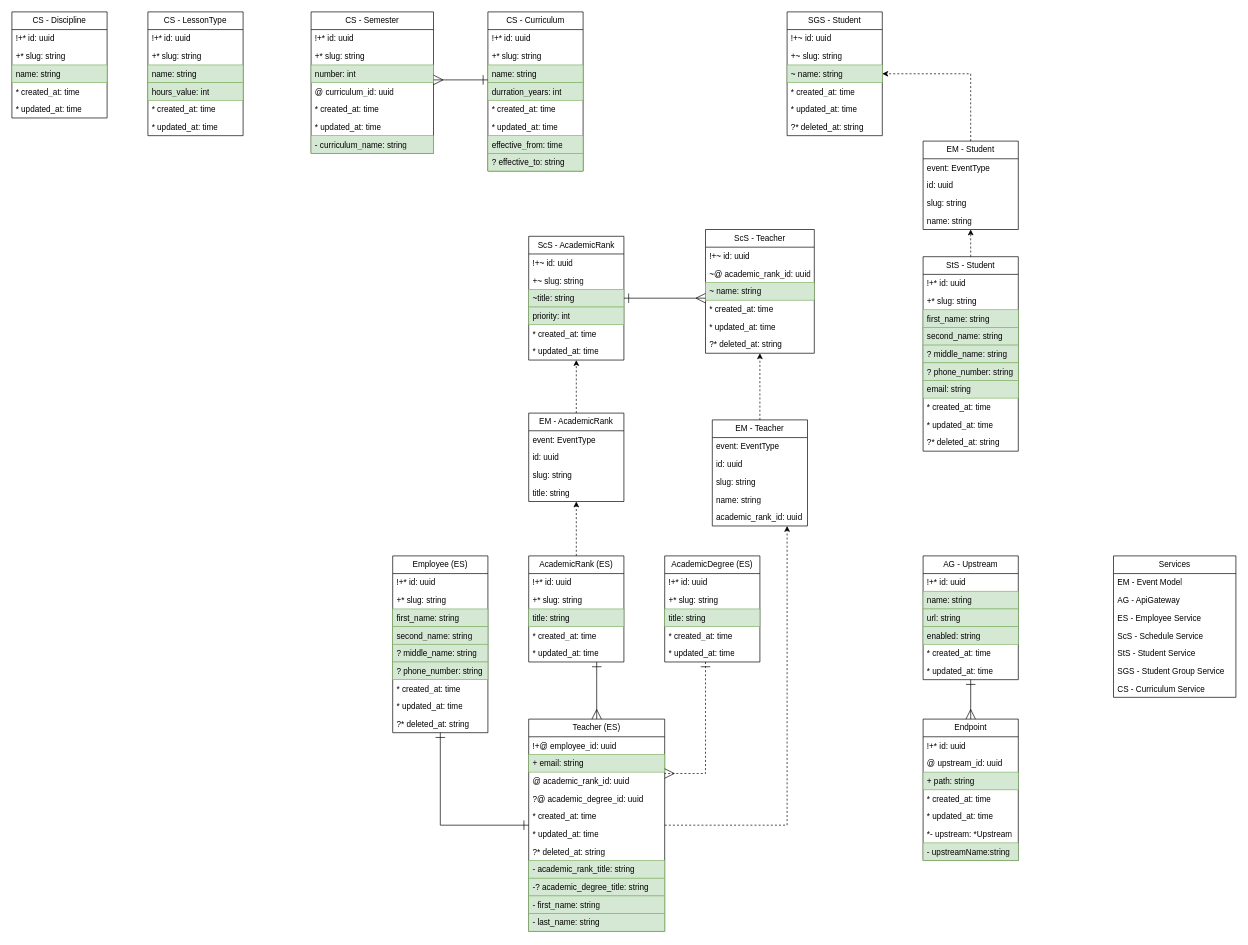
Before: page "General" (2 of 8) of docs/entity_relationship.drawio in IrusHunter/duckademic, a draw.io diagram. Source tidied: cells renumbered, new cells numbered last; positions are measured from the earlier drawing's top-left corner, leaving out a move shared by most shapes. Both pictures are drawn from the tidied source at 68%, with x=0, y=0 at pixel (12, 12).
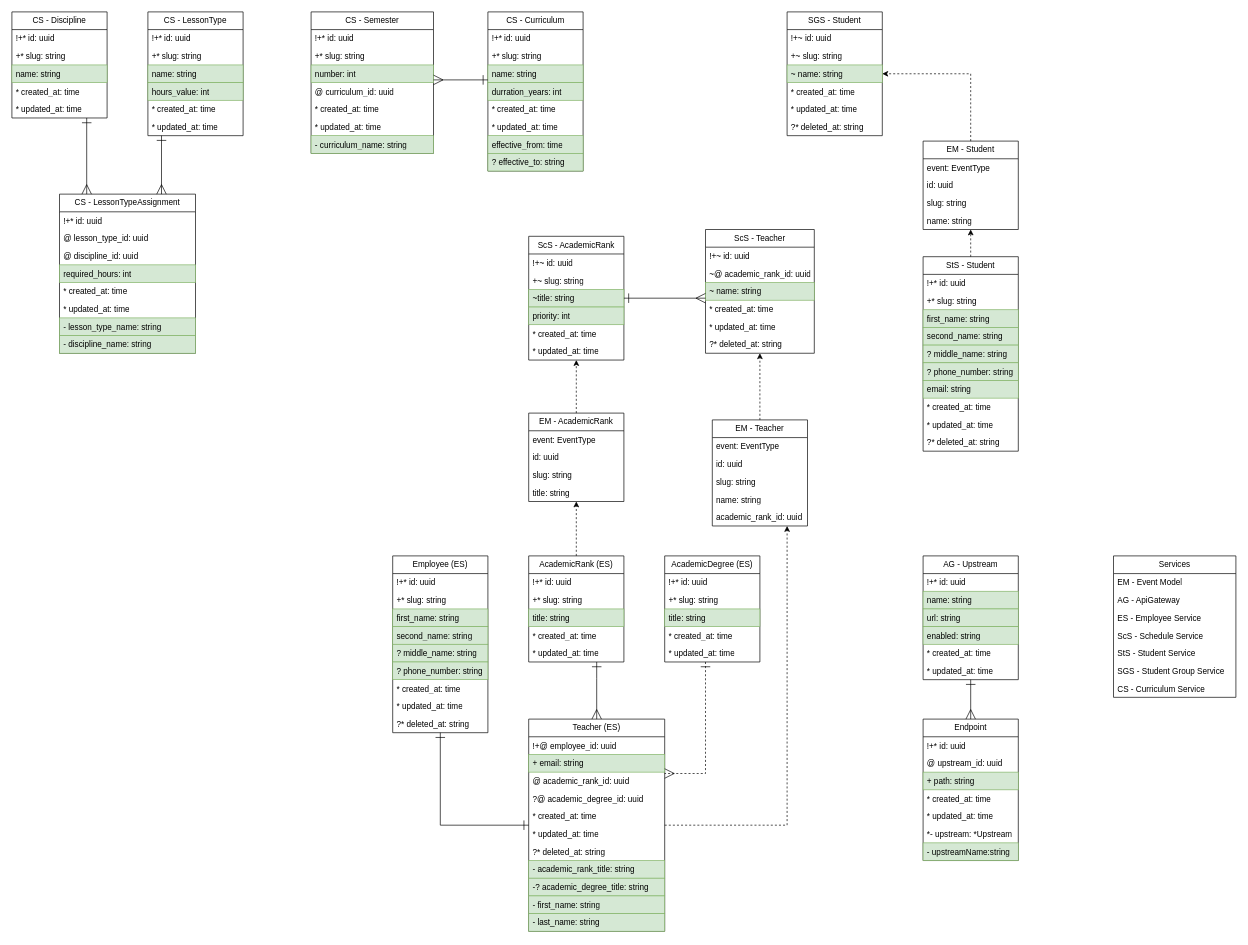
The same diagram, later.

The change refers to these unchanged cells:
```xml
<mxCell id="136" value="CS - LessonType" style="swimlane;fontStyle=0;horizontal=1;startSize=26;fillColor=none;whiteSpace=wrap;html=1;" parent="1" vertex="1">
  <mxGeometry x="200" width="140" height="182" as="geometry" />
</mxCell>
<mxCell id="143" value="CS - Discipline" style="swimlane;fontStyle=0;horizontal=1;startSize=26;fillColor=none;whiteSpace=wrap;html=1;" parent="1" vertex="1">
  <mxGeometry width="140" height="156" as="geometry" />
</mxCell>
```

Diff of the diagram source:
```diff
@@
+    <mxCell id="149" value="CS - LessonTypeAssignment" style="swimlane;fontStyle=0;horizontal=1;startSize=26;fillColor=none;whiteSpace=wrap;html=1;" parent="1" vertex="1">
+      <mxGeometry x="70" y="268" width="200" height="234" as="geometry" />
+    </mxCell>
+    <mxCell id="150" value="!+* id: uuid" style="text;strokeColor=none;fillColor=none;align=left;verticalAlign=top;spacingLeft=4;spacingRight=4;overflow=hidden;whiteSpace=wrap;html=1;" parent="149" vertex="1">
+      <mxGeometry y="26" width="200" height="26" as="geometry" />
+    </mxCell>
+    <mxCell id="151" value="@ lesson_type_id: uuid" style="text;strokeColor=none;fillColor=none;align=left;verticalAlign=top;spacingLeft=4;spacingRight=4;overflow=hidden;whiteSpace=wrap;html=1;" parent="149" vertex="1">
+      <mxGeometry y="52" width="200" height="26" as="geometry" />
+    </mxCell>
+    <mxCell id="152" value="@ discipline_id: uuid" style="text;strokeColor=none;fillColor=none;align=left;verticalAlign=top;spacingLeft=4;spacingRight=4;overflow=hidden;whiteSpace=wrap;html=1;" parent="149" vertex="1">
+      <mxGeometry y="78" width="200" height="26" as="geometry" />
+    </mxCell>
+    <mxCell id="153" value="required_hours: int" style="text;strokeColor=#82b366;fillColor=#d5e8d4;align=left;verticalAlign=top;spacingLeft=4;spacingRight=4;overflow=hidden;whiteSpace=wrap;html=1;" parent="149" vertex="1">
+      <mxGeometry y="104" width="200" height="26" as="geometry" />
+    </mxCell>
+    <mxCell id="154" value="* created_at: time" style="text;strokeColor=none;fillColor=none;align=left;verticalAlign=top;spacingLeft=4;spacingRight=4;overflow=hidden;whiteSpace=wrap;html=1;" parent="149" vertex="1">
+      <mxGeometry y="130" width="200" height="26" as="geometry" />
+    </mxCell>
+    <mxCell id="155" value="* updated_at: time" style="text;strokeColor=none;fillColor=none;align=left;verticalAlign=top;spacingLeft=4;spacingRight=4;overflow=hidden;whiteSpace=wrap;html=1;" parent="149" vertex="1">
+      <mxGeometry y="156" width="200" height="26" as="geometry" />
+    </mxCell>
+    <mxCell id="156" value="- lesson_type_name: string" style="text;strokeColor=#82b366;fillColor=#d5e8d4;align=left;verticalAlign=top;spacingLeft=4;spacingRight=4;overflow=hidden;whiteSpace=wrap;html=1;" parent="149" vertex="1">
+      <mxGeometry y="182" width="200" height="26" as="geometry" />
+    </mxCell>
+    <mxCell id="157" value="- discipline_name: string" style="text;strokeColor=#82b366;fillColor=#d5e8d4;align=left;verticalAlign=top;spacingLeft=4;spacingRight=4;overflow=hidden;whiteSpace=wrap;html=1;" parent="149" vertex="1">
+      <mxGeometry y="208" width="200" height="26" as="geometry" />
+    </mxCell>
+    <mxCell id="158" style="edgeStyle=orthogonalEdgeStyle;html=1;startArrow=ERone;startFill=0;endArrow=ERmany;endFill=0;endSize=12;startSize=12;strokeWidth=1;rounded=0;curved=0;jumpStyle=line;" parent="1" edge="1" source="136" target="149">
+      <mxGeometry relative="1" as="geometry">
+        <Array as="points">
+          <mxPoint x="220" y="200" />
+          <mxPoint x="220" y="200" />
+        </Array>
+      </mxGeometry>
+    </mxCell>
+    <mxCell id="159" style="edgeStyle=orthogonalEdgeStyle;html=1;startArrow=ERone;startFill=0;endArrow=ERmany;endFill=0;endSize=12;startSize=12;strokeWidth=1;rounded=0;curved=0;jumpStyle=line;" parent="1" edge="1" source="143" target="149">
+      <mxGeometry relative="1" as="geometry">
+        <Array as="points">
+          <mxPoint x="110" y="190" />
+          <mxPoint x="110" y="190" />
+        </Array>
+      </mxGeometry>
+    </mxCell>
```
